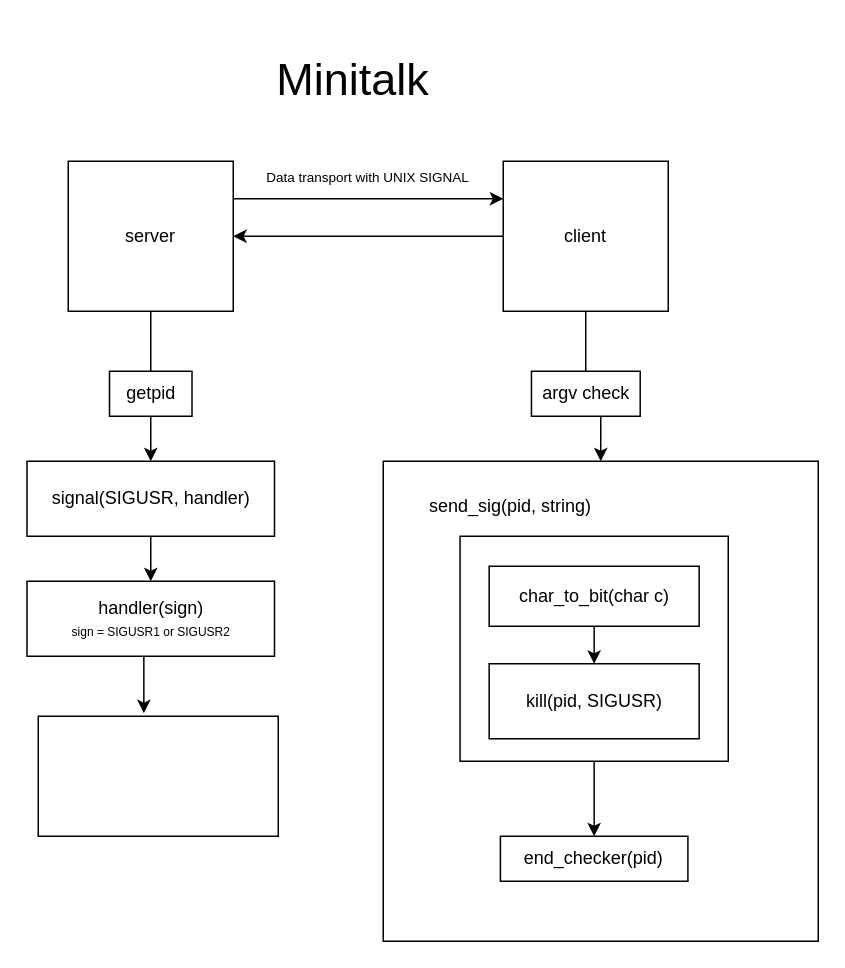
This is process.drawio from aseungbo/42_minitalk, a draw.io file, before an edit. Source tidied: cells renumbered, new cells numbered last; positions are measured from the earlier drawing's top-left corner, leaving out a move shared by most shapes. Both pictures are drawn from the tidied source at 150%, with x=0, y=0 at pixel (26, 26).
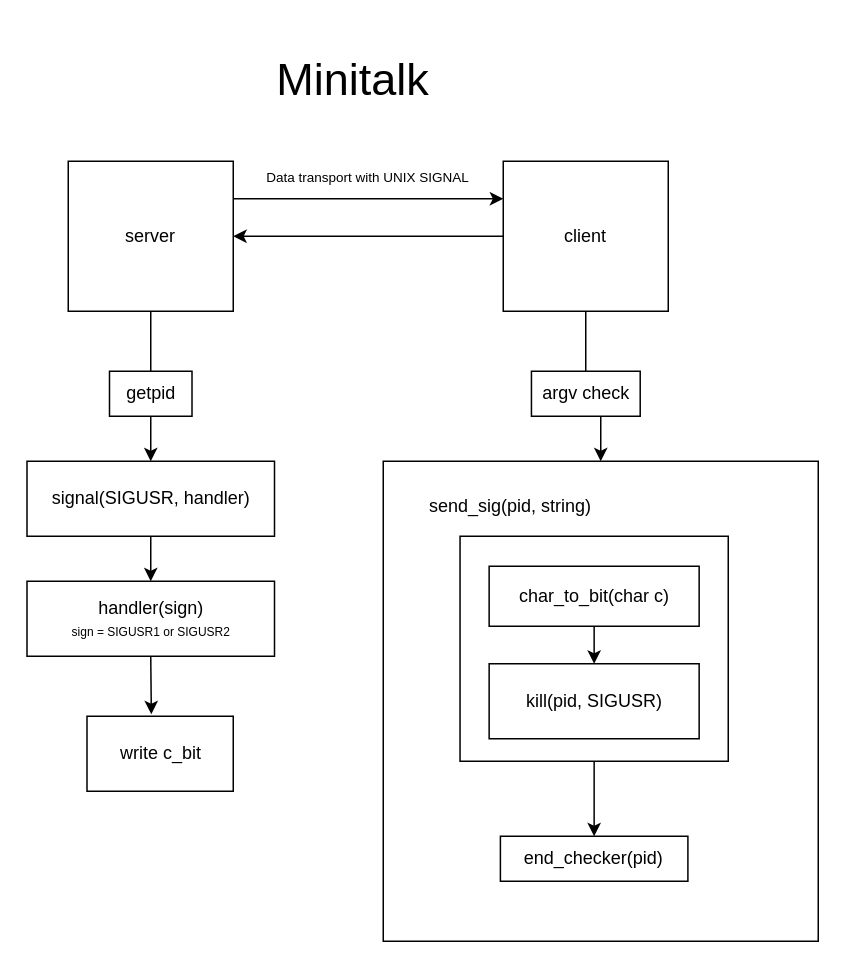
After the change.

Change to the diagram source:
```diff
@@
-    <mxCell id="21" style="rounded=0;whiteSpace=wrap;html=1;" parent="1" vertex="1">
-      <mxGeometry x="8" y="460" width="160" height="80" as="geometry" />
+    <mxCell id="21" value="write c_bit" style="rounded=0;whiteSpace=wrap;html=1;" parent="1" vertex="1">
+      <mxGeometry x="40.5" y="460" width="97.5" height="50" as="geometry" />
     </mxCell>
```
